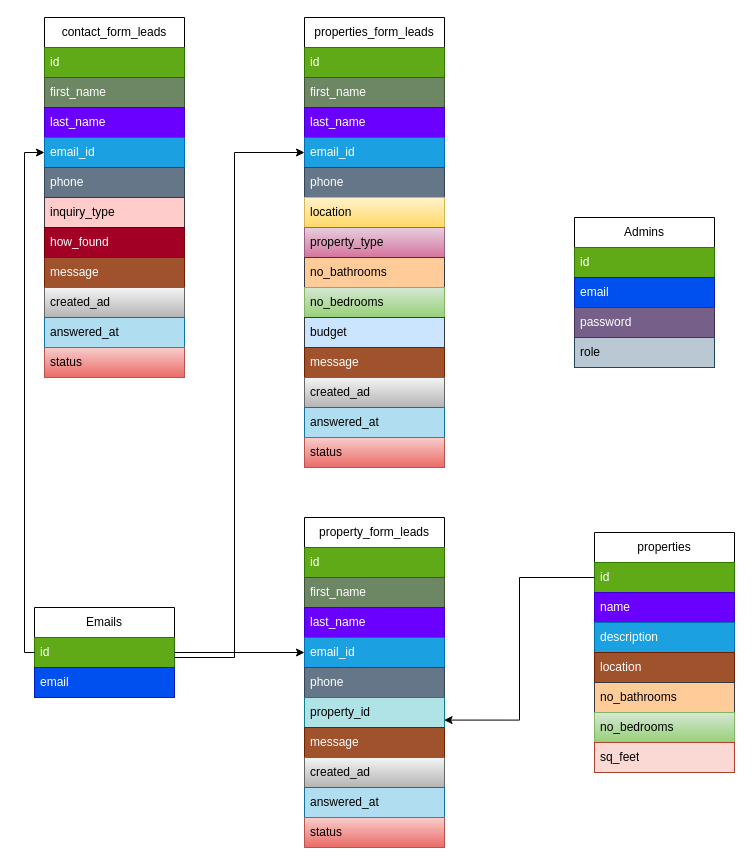
saintgregoire/RealEstateAgency keeps this draw.io diagram as assets/docs/SQL_map.drawio. Above is the earlier version. Source tidied: cells renumbered, new cells numbered last; positions are measured from the earlier drawing's top-left corner, leaving out a move shared by most shapes. Both pictures are drawn from the tidied source at 100%, with x=0, y=0 at pixel (24, 17).
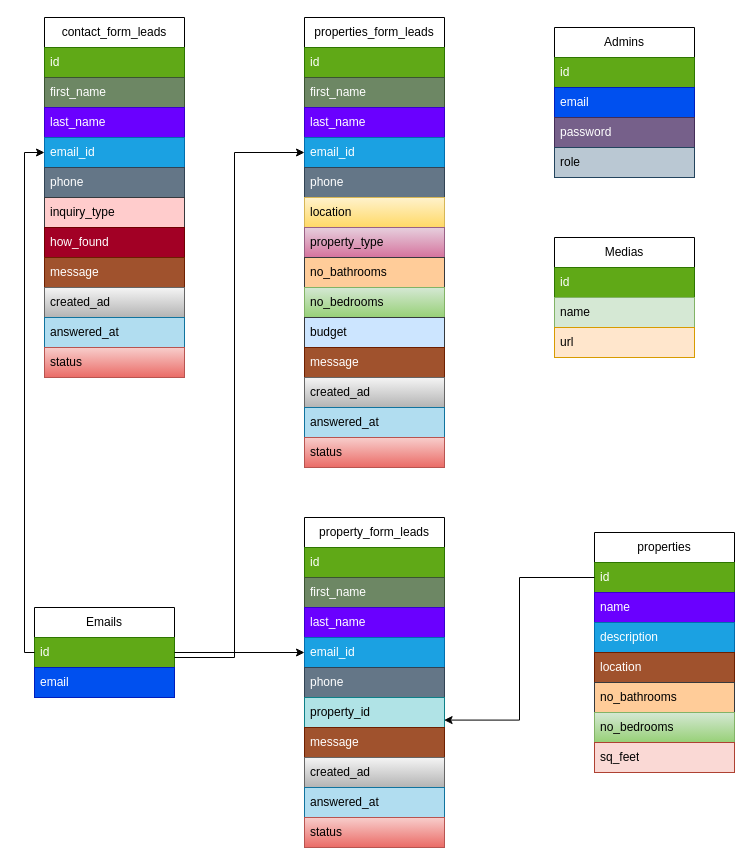
Above is the later version.

What changed in the source:
```diff
@@
     <mxCell id="43" value="Admins" style="swimlane;fontStyle=0;horizontal=1;startSize=30;whiteSpace=wrap;html=1;" parent="1" vertex="1">
-      <mxGeometry x="550" y="200" width="140" height="150" as="geometry" />
+      <mxGeometry x="530" y="10" width="140" height="150" as="geometry" />
     </mxCell>
@@
+    <mxCell id="60" value="Medias" style="swimlane;fontStyle=0;horizontal=1;startSize=30;whiteSpace=wrap;html=1;" parent="1" vertex="1">
+      <mxGeometry x="530" y="220" width="140" height="120" as="geometry" />
+    </mxCell>
+    <mxCell id="61" value="id" style="text;strokeColor=#2D7600;fillColor=#60a917;align=left;verticalAlign=middle;spacingLeft=4;spacingRight=4;overflow=hidden;whiteSpace=wrap;html=1;fontColor=#ffffff;" parent="60" vertex="1">
+      <mxGeometry y="30" width="140" height="30" as="geometry" />
+    </mxCell>
+    <mxCell id="62" value="name" style="text;strokeColor=#82b366;fillColor=#d5e8d4;align=left;verticalAlign=middle;spacingLeft=4;spacingRight=4;overflow=hidden;whiteSpace=wrap;html=1;" parent="60" vertex="1">
+      <mxGeometry y="60" width="140" height="30" as="geometry" />
+    </mxCell>
+    <mxCell id="63" value="url" style="text;strokeColor=#d79b00;fillColor=#ffe6cc;align=left;verticalAlign=middle;spacingLeft=4;spacingRight=4;overflow=hidden;whiteSpace=wrap;html=1;" parent="60" vertex="1">
+      <mxGeometry y="90" width="140" height="30" as="geometry" />
+    </mxCell>
```
